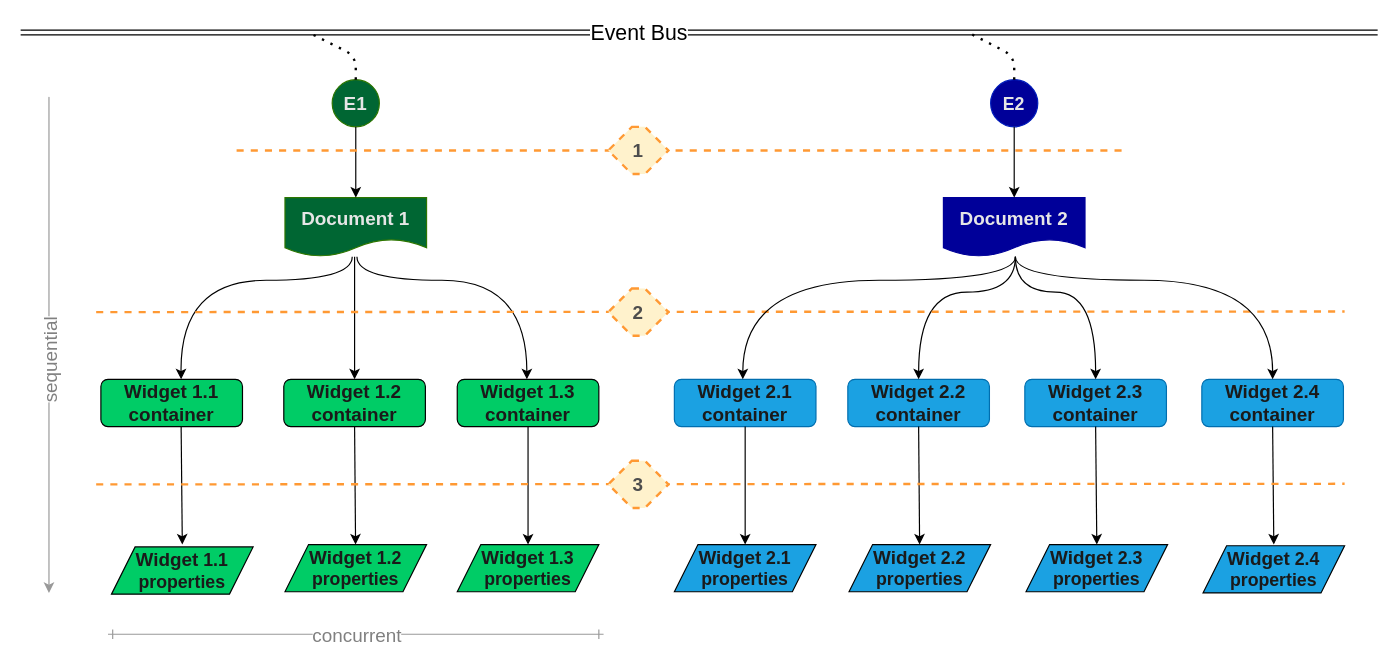
Before: page "doc-inspect-workloads" (1 of 4) of .diagrams/websockets-asyncio.drawio in ricardolsmendes/websockets-asyncio, a draw.io diagram. Source tidied: cells renumbered, new cells numbered last; positions are measured from the earlier drawing's top-left corner, leaving out a move shared by most shapes. Both pictures are drawn from the tidied source at 118%, with x=0, y=0 at pixel (20, 32).
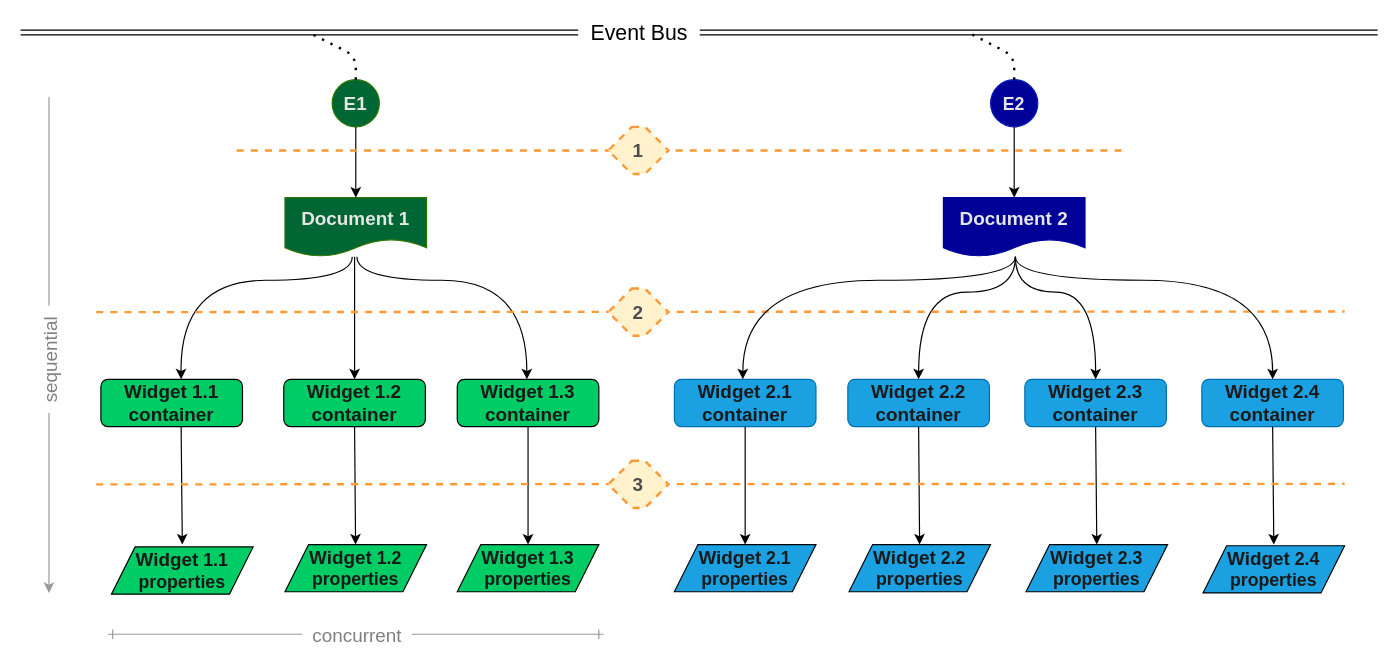
Above is the later version.

Commit message (it also covers changes not shown here):
Improve the workflow readability

Unchanged cells that the change refers to:
```xml
<mxCell id="2" style="endArrow=classic;html=1;shape=link;strokeWidth=1;" parent="1" edge="1">
  <mxGeometry relative="1" as="geometry">
    <mxPoint as="sourcePoint" />
    <mxPoint x="1150" as="targetPoint" />
  </mxGeometry>
</mxCell>
<mxCell id="46" style="endArrow=classic;html=1;strokeWidth=1;strokeColor=#999999;" parent="1" edge="1">
  <mxGeometry relative="1" as="geometry">
    <mxPoint x="24" y="155" as="sourcePoint" />
    <mxPoint x="24" y="475" as="targetPoint" />
    <Array as="points">
      <mxPoint x="24" y="50" />
      <mxPoint x="24" y="155" />
    </Array>
  </mxGeometry>
</mxCell>
<mxCell id="48" style="endArrow=ERone;startArrow=ERone;html=1;strokeColor=#999999;strokeWidth=1;fontSize=16;fontColor=#808080;startFill=0;endFill=0;" parent="1" edge="1">
  <mxGeometry relative="1" as="geometry">
    <mxPoint x="74" y="510" as="sourcePoint" />
    <mxPoint x="494" y="510" as="targetPoint" />
  </mxGeometry>
</mxCell>
```

Diff of the diagram source:
```diff
@@
-    <mxCell id="3" value="&lt;font style=&quot;font-size: 18px&quot;&gt;Event Bus&lt;/font&gt;" style="edgeLabel;html=1;align=center;verticalAlign=middle;" parent="2" vertex="1">
+    <mxCell id="3" value="&lt;font style=&quot;font-size: 18px&quot;&gt;&amp;nbsp; Event Bus&amp;nbsp;&amp;nbsp;&lt;/font&gt;" style="edgeLabel;html=1;align=center;verticalAlign=middle;" parent="2" vertex="1">
       <mxGeometry relative="1" as="geometry">
         <mxPoint x="-51.5" as="offset" />
       </mxGeometry>
     </mxCell>
@@
-    <mxCell id="47" value="sequential" style="edgeLabel;html=1;align=center;verticalAlign=middle;rotation=-90;fontSize=16;fontColor=#808080;" parent="46" vertex="1">
+    <mxCell id="47" value="&amp;nbsp; sequential&amp;nbsp;&amp;nbsp;" style="edgeLabel;html=1;align=center;verticalAlign=middle;rotation=-90;fontSize=16;fontColor=#808080;" parent="46" vertex="1">
       <mxGeometry x="0.44" y="-1" relative="1" as="geometry">
         <mxPoint x="1" y="-48" as="offset" />
       </mxGeometry>
     </mxCell>
@@
-    <mxCell id="49" value="concurrent" style="edgeLabel;html=1;align=center;verticalAlign=middle;fontSize=16;fontColor=#808080;" parent="48" vertex="1">
+    <mxCell id="49" value="&amp;nbsp; concurrent&amp;nbsp;&amp;nbsp;" style="edgeLabel;html=1;align=center;verticalAlign=middle;fontSize=16;fontColor=#808080;" parent="48" vertex="1">
       <mxGeometry x="0.12" relative="1" as="geometry">
         <mxPoint x="-25" as="offset" />
       </mxGeometry>
     </mxCell>
```
